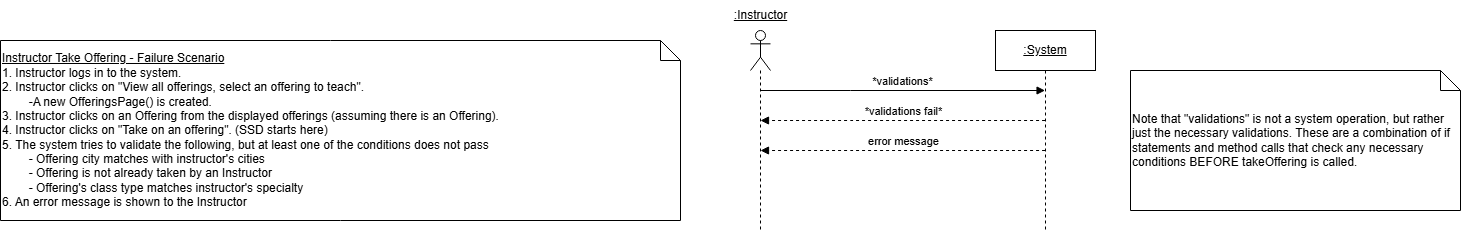
Above: Artifacts/System Sequence Diagrams + Operation Contracts/Failure/SSD_Failure_Take_Offering.drawio.png in aleckira/SOEN_342_PROJECT (draw.io), before the change. Source tidied: cells renumbered, new cells last; positions are measured from the earlier drawing's top-left corner, leaving out a move shared by most shapes.
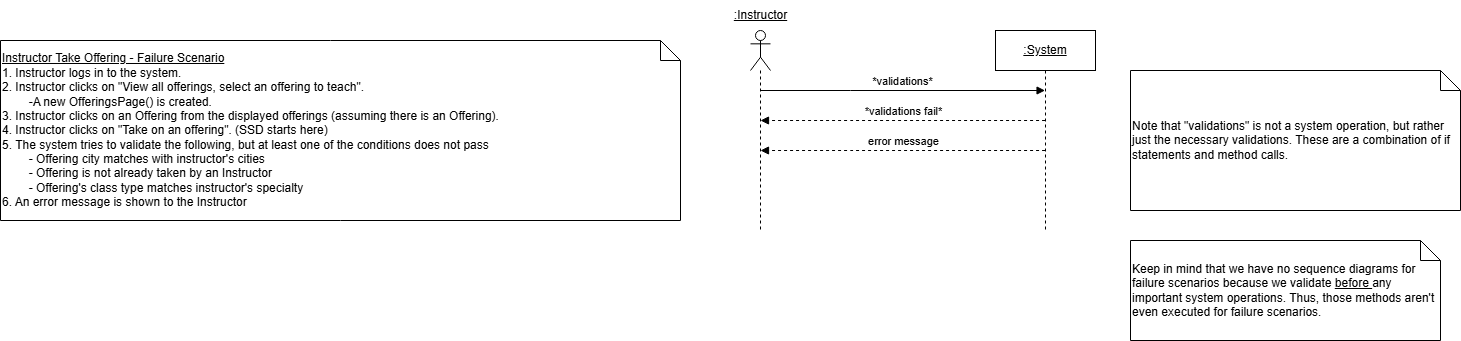
Above is the later version.

Commit message:
refined failure SSDs

The edit, as a diff of the source:
```diff
@@ -23,7 +23,7 @@
     <mxCell id="6" value="&lt;u&gt;Instructor Take Offering - Failure Scenario&lt;/u&gt;&lt;div&gt;1. Instructor logs in to the system.&lt;/div&gt;&lt;div&gt;2. Instructor clicks on &quot;View all offerings, select an offering to teach&quot;.&lt;/div&gt;&lt;div&gt;&lt;span style=&quot;white-space: pre;&quot;&gt;&#9;&lt;/span&gt;-A new OfferingsPage() is created.&lt;br&gt;&lt;/div&gt;&lt;div&gt;3. Instructor clicks on an Offering from the displayed offerings (assuming there is an Offering).&amp;nbsp;&lt;/div&gt;&lt;div&gt;4. Instructor clicks on &quot;Take on an offering&quot;. (SSD starts here)&lt;/div&gt;&lt;div&gt;5. The system tries to validate the following, but at least one of the conditions does not pass&lt;/div&gt;&lt;div&gt;&lt;span style=&quot;white-space: pre;&quot;&gt;&#9;&lt;/span&gt;- Offering city matches with instructor's cities&lt;br&gt;&lt;/div&gt;&lt;div&gt;&lt;span style=&quot;white-space: pre;&quot;&gt;&#9;&lt;/span&gt;- Offering is not already taken by an Instructor&lt;br&gt;&lt;/div&gt;&lt;div&gt;&lt;span style=&quot;white-space: pre;&quot;&gt;&#9;&lt;/span&gt;- Offering's class type matches instructor's specialty&lt;br&gt;&lt;/div&gt;&lt;div&gt;6. An error message is shown to the Instructor&lt;/div&gt;" style="shape=note;size=20;whiteSpace=wrap;html=1;align=left;" parent="1" vertex="1">
       <mxGeometry y="40" width="680" height="180" as="geometry" />
     </mxCell>
-    <mxCell id="7" value="Note that &quot;validations&quot; is not a system operation, but rather just the necessary validations. These are a combination of if statements and method calls that check any necessary conditions BEFORE takeOffering is called." style="shape=note;size=20;whiteSpace=wrap;html=1;align=left;" parent="1" vertex="1">
+    <mxCell id="7" value="Note that &quot;validations&quot; is not a system operation, but rather just the necessary validations. These are a combination of if statements and method calls." style="shape=note;size=20;whiteSpace=wrap;html=1;align=left;" parent="1" vertex="1">
       <mxGeometry x="1130" y="70" width="330" height="140" as="geometry" />
     </mxCell>
     <mxCell id="8" value="*validations*" style="html=1;verticalAlign=bottom;endArrow=block;edgeStyle=elbowEdgeStyle;elbow=vertical;curved=0;rounded=0;" parent="1" edge="1">
@@ -44,5 +44,8 @@
         </Array>
       </mxGeometry>
     </mxCell>
+    <mxCell id="10" value="Keep in mind that we have no sequence diagrams for failure scenarios because we validate &lt;u&gt;before &lt;/u&gt;any important system operations. Thus, those methods aren't even executed for failure scenarios." style="shape=note;size=20;whiteSpace=wrap;html=1;align=left;" parent="1" vertex="1">
+      <mxGeometry x="1130" y="240" width="310" height="100" as="geometry" />
+    </mxCell>
   </root>
 </mxGraphModel>
```
